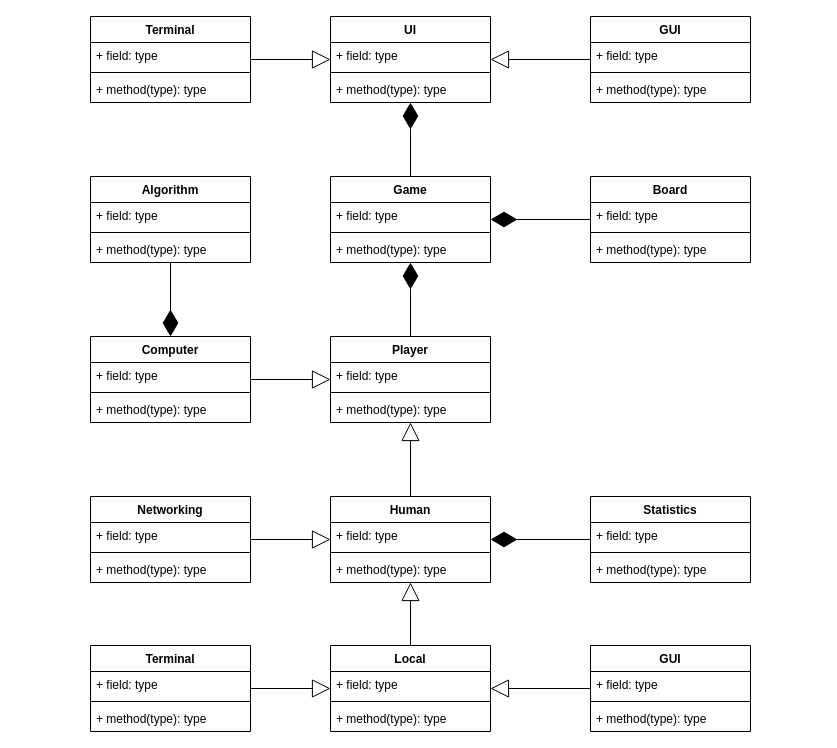
Rufushwilliams/NEA---MasterMind keeps this draw.io diagram as Software Object Diagram.drawio. Above is the earlier version. Source tidied: cells renumbered, new cells numbered last; positions are measured from the earlier drawing's top-left corner, leaving out a move shared by most shapes. Both pictures are drawn from the tidied source at 100%, with x=0, y=0 at pixel (90, 16).
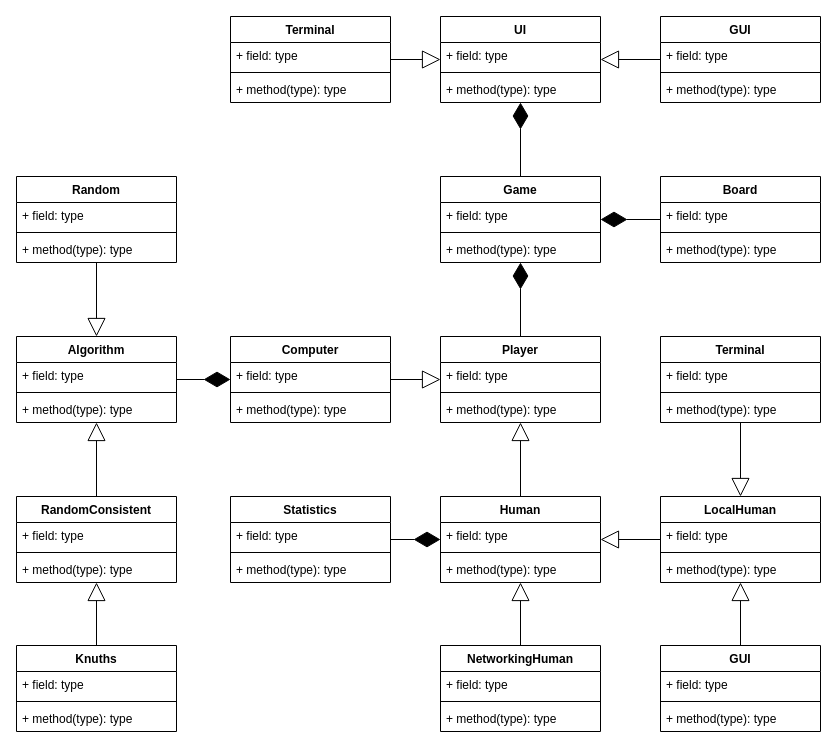
The same diagram, later.

Commit message:
Added multiple algorithms to SOD

What changed in the source:
```diff
@@
     <mxCell id="2" value="Game" style="swimlane;fontStyle=1;align=center;verticalAlign=top;horizontal=1;startSize=26;" parent="1" vertex="1">
-      <mxGeometry x="240" y="160" width="160" height="86" as="geometry" />
+      <mxGeometry x="350" y="160" width="160" height="86" as="geometry" />
     </mxCell>
@@
     <mxCell id="6" value="Terminal" style="swimlane;fontStyle=1;align=center;verticalAlign=top;horizontal=1;startSize=26;" parent="1" vertex="1">
-      <mxGeometry y="629" width="160" height="86" as="geometry" />
+      <mxGeometry x="570" y="320" width="160" height="86" as="geometry" />
     </mxCell>
@@
     <mxCell id="10" value="GUI" style="swimlane;fontStyle=1;align=center;verticalAlign=top;horizontal=1;startSize=26;" parent="1" vertex="1">
-      <mxGeometry x="500" y="629" width="160" height="86" as="geometry" />
+      <mxGeometry x="570" y="629" width="160" height="86" as="geometry" />
     </mxCell>
@@
     <mxCell id="14" value="Computer" style="swimlane;fontStyle=1;align=center;verticalAlign=top;horizontal=1;startSize=26;" parent="1" vertex="1">
-      <mxGeometry y="320" width="160" height="86" as="geometry" />
+      <mxGeometry x="140" y="320" width="160" height="86" as="geometry" />
     </mxCell>
@@
     <mxCell id="18" style="endArrow=diamondThin;endFill=1;endSize=24;html=1;rounded=0;exitX=0.5;exitY=0;exitDx=0;exitDy=0;" parent="1" edge="1" source="19" target="2">
       <mxGeometry relative="1" as="geometry">
         <Array as="points">
-          <mxPoint x="320" y="323" />
+          <mxPoint x="430" y="323" />
         </Array>
       </mxGeometry>
     </mxCell>
     <mxCell id="19" value="Player" style="swimlane;fontStyle=1;align=center;verticalAlign=top;horizontal=1;startSize=26;" parent="1" vertex="1">
-      <mxGeometry x="240" y="320" width="160" height="86" as="geometry" />
+      <mxGeometry x="350" y="320" width="160" height="86" as="geometry" />
     </mxCell>
@@
     <mxCell id="23" value="Human" style="swimlane;fontStyle=1;align=center;verticalAlign=top;horizontal=1;startSize=26;" parent="1" vertex="1">
-      <mxGeometry x="240" y="480" width="160" height="86" as="geometry" />
+      <mxGeometry x="350" y="480" width="160" height="86" as="geometry" />
     </mxCell>
@@
-    <mxCell id="27" value="Networking" style="swimlane;fontStyle=1;align=center;verticalAlign=top;horizontal=1;startSize=26;" parent="1" vertex="1">
-      <mxGeometry y="480" width="160" height="86" as="geometry" />
+    <mxCell id="27" value="NetworkingHuman" style="swimlane;fontStyle=1;align=center;verticalAlign=top;horizontal=1;startSize=26;" parent="1" vertex="1">
+      <mxGeometry x="350" y="629" width="160" height="86" as="geometry" />
     </mxCell>
@@
-    <mxCell id="31" value="Local" style="swimlane;fontStyle=1;align=center;verticalAlign=top;horizontal=1;startSize=26;" parent="1" vertex="1">
-      <mxGeometry x="240" y="629" width="160" height="86" as="geometry" />
+    <mxCell id="31" value="LocalHuman" style="swimlane;fontStyle=1;align=center;verticalAlign=top;horizontal=1;startSize=26;" parent="1" vertex="1">
+      <mxGeometry x="570" y="480" width="160" height="86" as="geometry" />
     </mxCell>
@@
     <mxCell id="40" value="Statistics" style="swimlane;fontStyle=1;align=center;verticalAlign=top;horizontal=1;startSize=26;" parent="1" vertex="1">
-      <mxGeometry x="500" y="480" width="160" height="86" as="geometry" />
+      <mxGeometry x="140" y="480" width="160" height="86" as="geometry" />
     </mxCell>
@@
     <mxCell id="46" value="Board" style="swimlane;fontStyle=1;align=center;verticalAlign=top;horizontal=1;startSize=26;" parent="1" vertex="1">
-      <mxGeometry x="500" y="160" width="160" height="86" as="geometry" />
+      <mxGeometry x="570" y="160" width="160" height="86" as="geometry" />
     </mxCell>
@@
     <mxCell id="51" value="UI" style="swimlane;fontStyle=1;align=center;verticalAlign=top;horizontal=1;startSize=26;" parent="1" vertex="1">
-      <mxGeometry x="240" width="160" height="86" as="geometry" />
+      <mxGeometry x="350" width="160" height="86" as="geometry" />
     </mxCell>
@@
     <mxCell id="56" value="Terminal" style="swimlane;fontStyle=1;align=center;verticalAlign=top;horizontal=1;startSize=26;" parent="1" vertex="1">
-      <mxGeometry width="160" height="86" as="geometry" />
+      <mxGeometry x="140" width="160" height="86" as="geometry" />
     </mxCell>
@@
     <mxCell id="61" value="GUI" style="swimlane;fontStyle=1;align=center;verticalAlign=top;horizontal=1;startSize=26;" parent="1" vertex="1">
-      <mxGeometry x="500" width="160" height="86" as="geometry" />
+      <mxGeometry x="570" width="160" height="86" as="geometry" />
     </mxCell>
@@
     <mxCell id="66" value="Algorithm" style="swimlane;fontStyle=1;align=center;verticalAlign=top;horizontal=1;startSize=26;" parent="1" vertex="1">
-      <mxGeometry y="160" width="160" height="86" as="geometry" />
+      <mxGeometry x="-74" y="320" width="160" height="86" as="geometry" />
     </mxCell>
@@
+    <mxCell id="71" value="Knuths" style="swimlane;fontStyle=1;align=center;verticalAlign=top;horizontal=1;startSize=26;" parent="1" vertex="1">
+      <mxGeometry x="-74" y="629" width="160" height="86" as="geometry" />
+    </mxCell>
+    <mxCell id="72" value="+ field: type" style="text;strokeColor=none;fillColor=none;align=left;verticalAlign=top;spacingLeft=4;spacingRight=4;overflow=hidden;" parent="71" vertex="1">
+      <mxGeometry y="26" width="160" height="26" as="geometry" />
+    </mxCell>
+    <mxCell id="73" style="line;strokeWidth=1;fillColor=none;align=left;verticalAlign=middle;spacingTop=-1;spacingLeft=3;spacingRight=3;labelPosition=right;" parent="71" vertex="1">
+      <mxGeometry y="52" width="160" height="8" as="geometry" />
+    </mxCell>
+    <mxCell id="74" value="+ method(type): type" style="text;strokeColor=none;fillColor=none;align=left;verticalAlign=top;spacingLeft=4;spacingRight=4;overflow=hidden;" parent="71" vertex="1">
+      <mxGeometry y="60" width="160" height="26" as="geometry" />
+    </mxCell>
+    <mxCell id="75" value="RandomConsistent" style="swimlane;fontStyle=1;align=center;verticalAlign=top;horizontal=1;startSize=26;" parent="1" vertex="1">
+      <mxGeometry x="-74" y="480" width="160" height="86" as="geometry" />
+    </mxCell>
+    <mxCell id="76" value="+ field: type" style="text;strokeColor=none;fillColor=none;align=left;verticalAlign=top;spacingLeft=4;spacingRight=4;overflow=hidden;" parent="75" vertex="1">
+      <mxGeometry y="26" width="160" height="26" as="geometry" />
+    </mxCell>
+    <mxCell id="77" style="line;strokeWidth=1;fillColor=none;align=left;verticalAlign=middle;spacingTop=-1;spacingLeft=3;spacingRight=3;labelPosition=right;" parent="75" vertex="1">
+      <mxGeometry y="52" width="160" height="8" as="geometry" />
+    </mxCell>
+    <mxCell id="78" value="+ method(type): type" style="text;strokeColor=none;fillColor=none;align=left;verticalAlign=top;spacingLeft=4;spacingRight=4;overflow=hidden;" parent="75" vertex="1">
+      <mxGeometry y="60" width="160" height="26" as="geometry" />
+    </mxCell>
+    <mxCell id="79" value="Random" style="swimlane;fontStyle=1;align=center;verticalAlign=top;horizontal=1;startSize=26;" parent="1" vertex="1">
+      <mxGeometry x="-74" y="160" width="160" height="86" as="geometry" />
+    </mxCell>
+    <mxCell id="80" value="+ field: type" style="text;strokeColor=none;fillColor=none;align=left;verticalAlign=top;spacingLeft=4;spacingRight=4;overflow=hidden;" parent="79" vertex="1">
+      <mxGeometry y="26" width="160" height="26" as="geometry" />
+    </mxCell>
+    <mxCell id="81" style="line;strokeWidth=1;fillColor=none;align=left;verticalAlign=middle;spacingTop=-1;spacingLeft=3;spacingRight=3;labelPosition=right;" parent="79" vertex="1">
+      <mxGeometry y="52" width="160" height="8" as="geometry" />
+    </mxCell>
+    <mxCell id="82" value="+ method(type): type" style="text;strokeColor=none;fillColor=none;align=left;verticalAlign=top;spacingLeft=4;spacingRight=4;overflow=hidden;" parent="79" vertex="1">
+      <mxGeometry y="60" width="160" height="26" as="geometry" />
+    </mxCell>
+    <mxCell id="83" style="endArrow=block;endSize=16;endFill=0;html=1;rounded=0;" parent="1" edge="1" source="79" target="66">
+      <mxGeometry relative="1" as="geometry" />
+    </mxCell>
+    <mxCell id="84" style="endArrow=block;endSize=16;endFill=0;html=1;rounded=0;" parent="1" edge="1" source="75" target="66">
+      <mxGeometry relative="1" as="geometry" />
+    </mxCell>
+    <mxCell id="85" style="endArrow=block;endSize=16;endFill=0;html=1;rounded=0;" parent="1" edge="1" source="71" target="75">
+      <mxGeometry relative="1" as="geometry" />
+    </mxCell>
```
